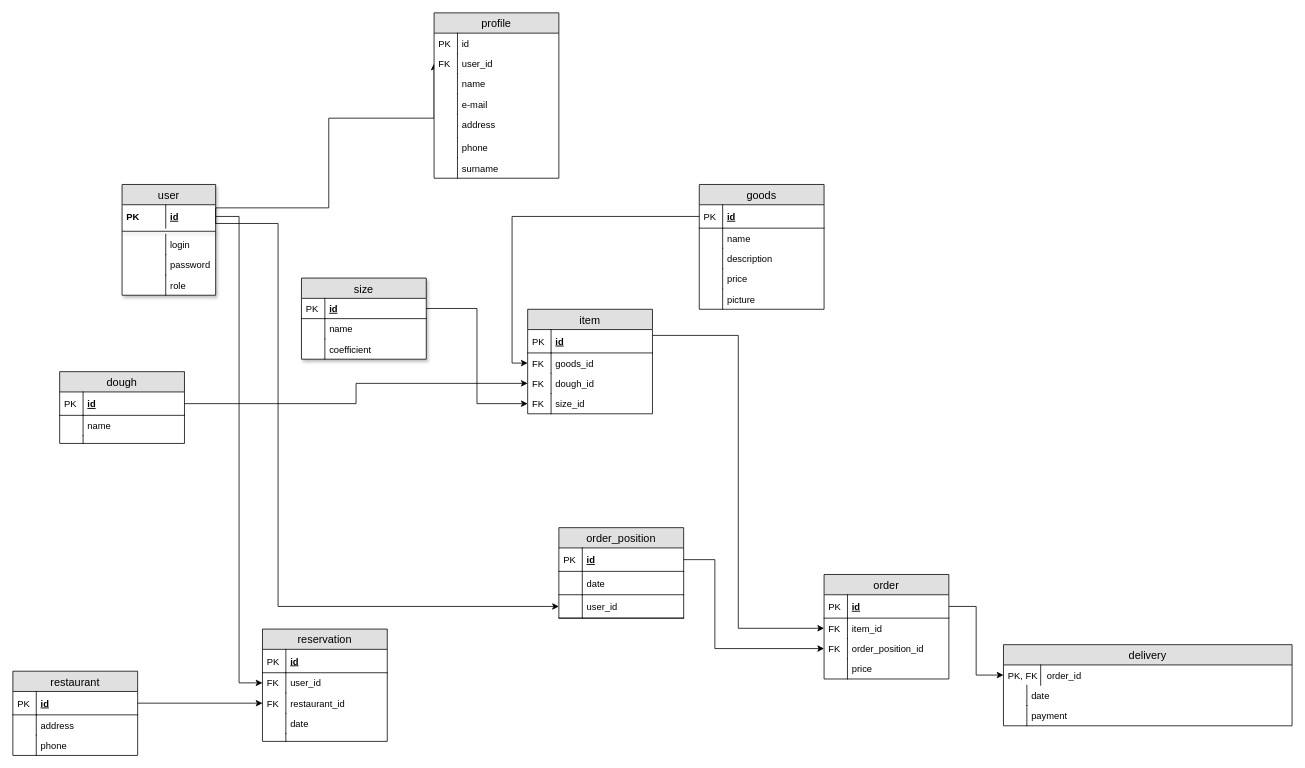
This is finaltask/bd.drawio from Bogdan1506/24_JavaST, a draw.io file, before an edit. Source tidied: cells renumbered, new cells numbered last; positions are measured from the earlier drawing's top-left corner, leaving out a move shared by most shapes. Both pictures are drawn from the tidied source at 78%, with x=0, y=0 at pixel (12, 12).
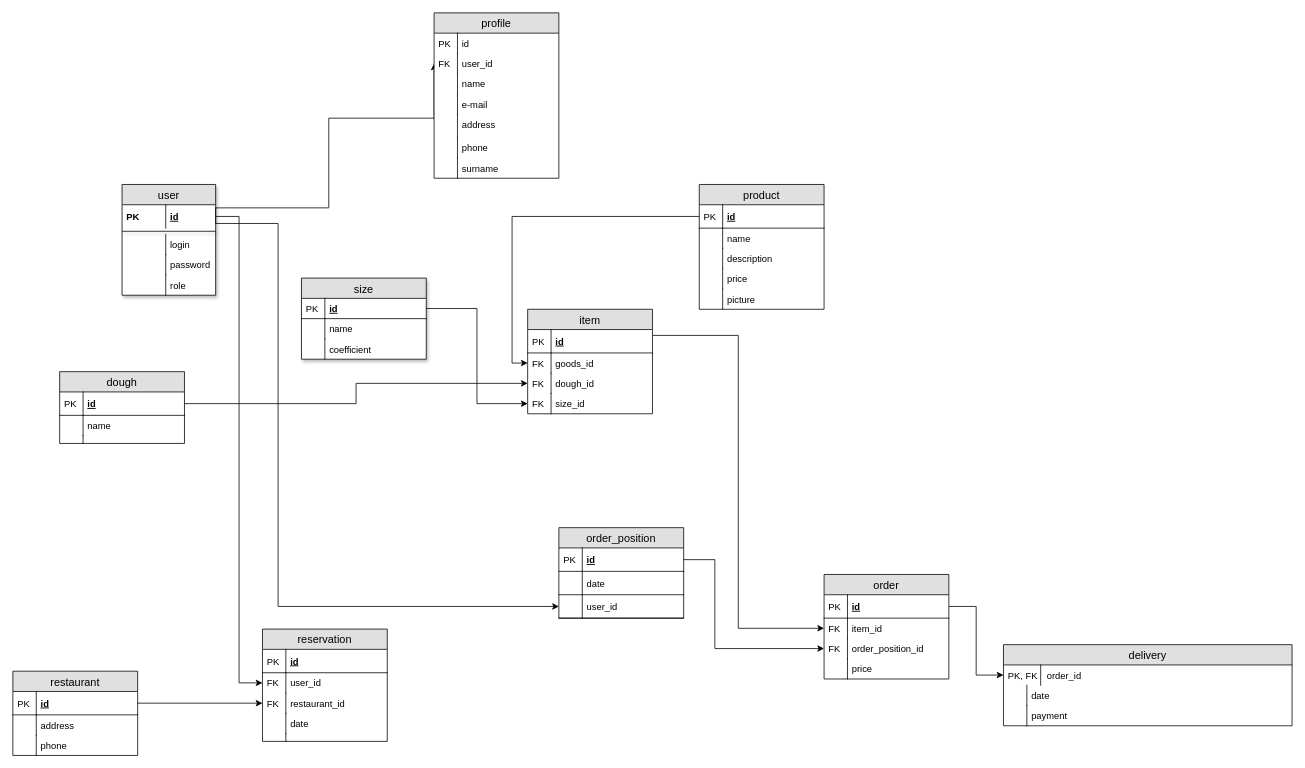
Above is the later version.

Change to the diagram source:
```diff
@@
-    <mxCell id="29" value="goods" style="swimlane;fontStyle=0;horizontal=1;startSize=26;fillColor=#e0e0e0;swimlaneFillColor=#ffffff;align=center;fontSize=14;" parent="1" vertex="1">
+    <mxCell id="29" value="product" style="swimlane;fontStyle=0;horizontal=1;startSize=26;fillColor=#e0e0e0;swimlaneFillColor=#ffffff;align=center;fontSize=14;" parent="1" vertex="1">
       <mxGeometry x="880" y="220" width="160" height="160" as="geometry" />
     </mxCell>
```
